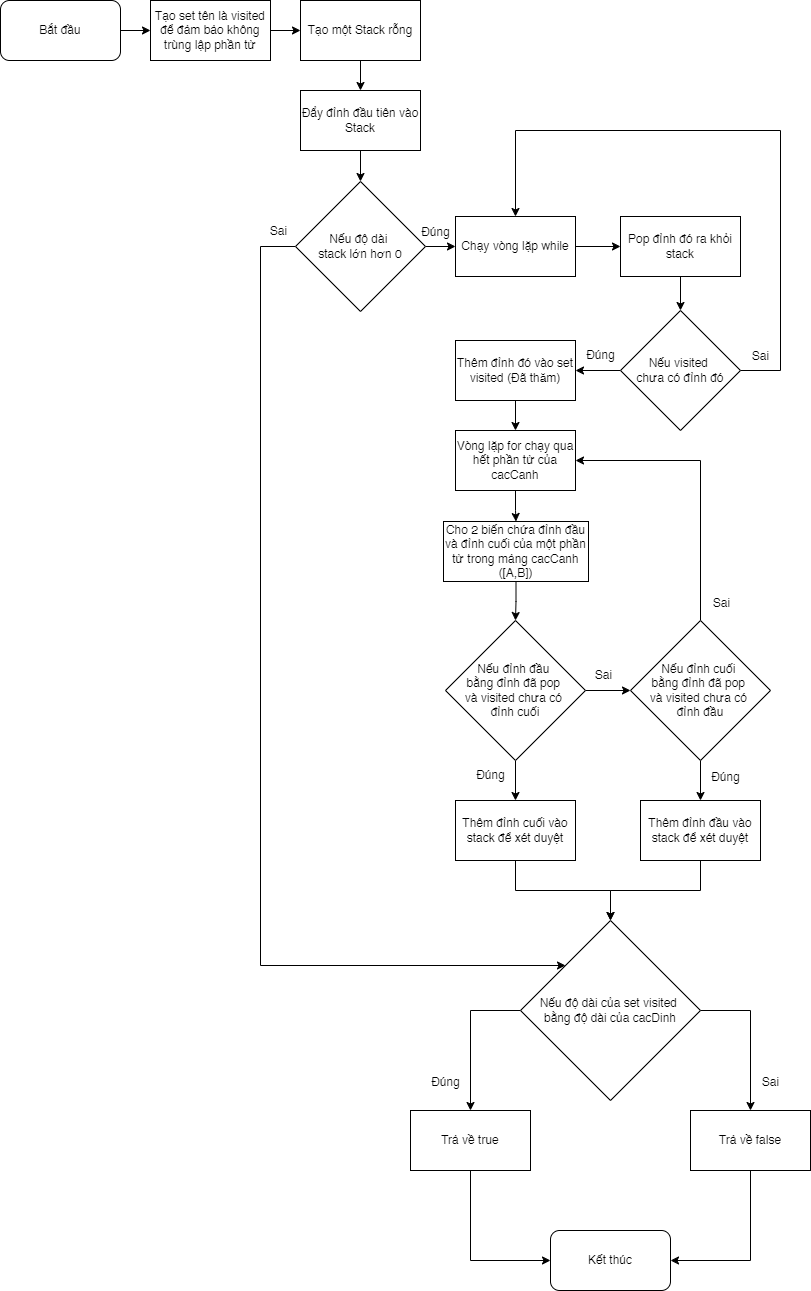
The draw.io diagram Flowcharts/mainScripts/Exported/checkLienThong.drawio.png in PhucTruong-ctrl/NienLuan1, before a commit. Source tidied: cells renumbered, new cells last; positions are measured from the earlier drawing's top-left corner, leaving out a move shared by most shapes.
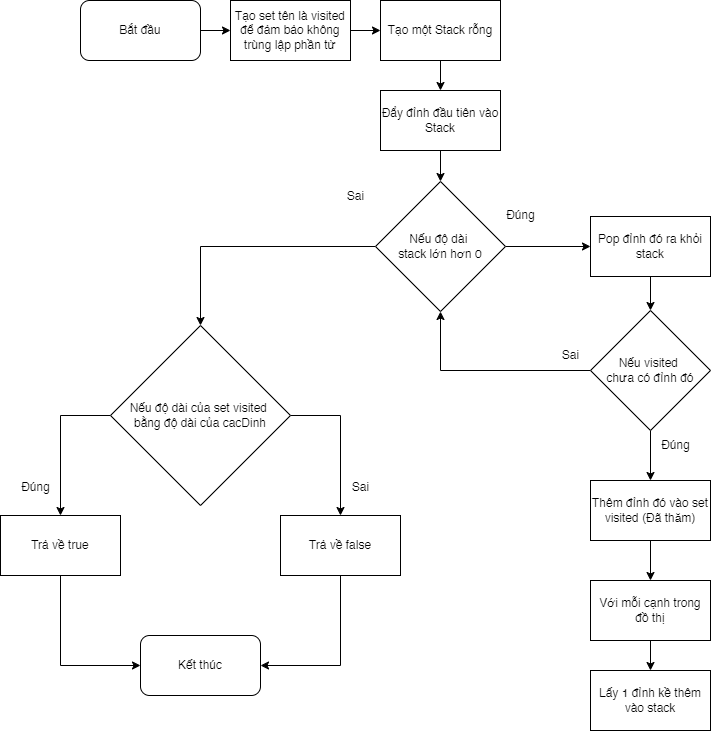
After the commit.

Diff of the diagram source:
```diff
@@ -26,22 +26,11 @@
     <mxCell id="9" value="Đẩy đỉnh đầu tiên vào Stack" style="rounded=0;whiteSpace=wrap;html=1;" parent="1" vertex="1">
       <mxGeometry x="300" y="90" width="120" height="60" as="geometry" />
     </mxCell>
-    <mxCell id="10" style="edgeStyle=orthogonalEdgeStyle;rounded=0;jettySize=auto;html=1;" parent="1" edge="1" source="11" target="16">
-      <mxGeometry relative="1" as="geometry" />
-    </mxCell>
-    <mxCell id="11" value="Chạy vòng lặp while" style="rounded=0;whiteSpace=wrap;html=1;" parent="1" vertex="1">
-      <mxGeometry x="455" y="216" width="120" height="60" as="geometry" />
-    </mxCell>
-    <mxCell id="12" style="edgeStyle=orthogonalEdgeStyle;rounded=0;jettySize=auto;html=1;" parent="1" edge="1" source="14" target="11">
-      <mxGeometry relative="1" as="geometry" />
-    </mxCell>
+    <mxCell id="54" style="edgeStyle=orthogonalEdgeStyle;rounded=0;jettySize=auto;html=1;exitX=1;exitY=0.5;exitDx=0;exitDy=0;entryX=0;entryY=0.5;entryDx=0;entryDy=0;" parent="1" edge="1" source="14" target="16">
+      <mxGeometry relative="1" as="geometry" />
+    </mxCell>
-    <mxCell id="13" style="edgeStyle=orthogonalEdgeStyle;rounded=0;jettySize=auto;html=1;exitX=0;exitY=0.5;exitDx=0;exitDy=0;entryX=0;entryY=0;entryDx=0;entryDy=0;" parent="1" edge="1" source="14" target="41">
-      <mxGeometry relative="1" as="geometry">
-        <Array as="points">
-          <mxPoint x="260" y="246" />
-          <mxPoint x="260" y="965" />
-        </Array>
-      </mxGeometry>
+    <mxCell id="13" style="edgeStyle=orthogonalEdgeStyle;rounded=0;jettySize=auto;html=1;exitX=0;exitY=0.5;exitDx=0;exitDy=0;entryX=0.5;entryY=0;entryDx=0;entryDy=0;" parent="1" edge="1" source="14" target="41">
+      <mxGeometry relative="1" as="geometry" />
     </mxCell>
     <mxCell id="14" value="Nếu độ dài&amp;nbsp;&lt;div&gt;stack lớn hơn 0&lt;/div&gt;" style="rhombus;whiteSpace=wrap;html=1;" parent="1" vertex="1">
       <mxGeometry x="295" y="181" width="130" height="130" as="geometry" />
@@ -50,79 +39,31 @@
       <mxGeometry relative="1" as="geometry" />
     </mxCell>
     <mxCell id="16" value="Pop đỉnh đó ra khỏi stack" style="rounded=0;whiteSpace=wrap;html=1;" parent="1" vertex="1">
-      <mxGeometry x="620" y="216" width="120" height="60" as="geometry" />
+      <mxGeometry x="510" y="216" width="120" height="60" as="geometry" />
     </mxCell>
-    <mxCell id="17" style="edgeStyle=orthogonalEdgeStyle;rounded=0;jettySize=auto;html=1;" parent="1" edge="1" source="18" target="23">
-      <mxGeometry relative="1" as="geometry" />
-    </mxCell>
+    <mxCell id="55" style="edgeStyle=orthogonalEdgeStyle;rounded=0;jettySize=auto;html=1;" parent="1" edge="1" source="18" target="58">
+      <mxGeometry relative="1" as="geometry" />
+    </mxCell>
     <mxCell id="18" value="Thêm đỉnh đó vào set visited (Đã thăm)" style="rounded=0;whiteSpace=wrap;html=1;" parent="1" vertex="1">
-      <mxGeometry x="455" y="340" width="120" height="60" as="geometry" />
+      <mxGeometry x="510" y="480" width="120" height="60" as="geometry" />
     </mxCell>
-    <mxCell id="19" style="edgeStyle=orthogonalEdgeStyle;rounded=0;jettySize=auto;html=1;" parent="1" edge="1" source="21" target="27">
-      <mxGeometry relative="1" as="geometry" />
-    </mxCell>
-    <mxCell id="20" style="edgeStyle=orthogonalEdgeStyle;rounded=0;jettySize=auto;html=1;" parent="1" edge="1" source="21" target="30">
-      <mxGeometry relative="1" as="geometry" />
-    </mxCell>
-    <mxCell id="21" value="Nếu đỉnh đầu&amp;nbsp;&lt;div&gt;bằng đỉnh đã pop&amp;nbsp;&lt;/div&gt;&lt;div&gt;và visited chưa có&amp;nbsp;&lt;/div&gt;&lt;div&gt;đỉnh cuối&lt;/div&gt;" style="rhombus;whiteSpace=wrap;html=1;" parent="1" vertex="1">
-      <mxGeometry x="445" y="620" width="140" height="140" as="geometry" />
-    </mxCell>
-    <mxCell id="22" style="edgeStyle=orthogonalEdgeStyle;rounded=0;jettySize=auto;html=1;" parent="1" edge="1" source="23" target="25">
-      <mxGeometry relative="1" as="geometry" />
-    </mxCell>
-    <mxCell id="23" value="Vòng lặp for chạy qua hết phần tử của cacCanh" style="rounded=0;whiteSpace=wrap;html=1;" parent="1" vertex="1">
-      <mxGeometry x="455" y="430" width="120" height="60" as="geometry" />
-    </mxCell>
-    <mxCell id="24" style="edgeStyle=orthogonalEdgeStyle;rounded=0;jettySize=auto;html=1;" parent="1" edge="1" source="25" target="21">
-      <mxGeometry relative="1" as="geometry" />
-    </mxCell>
-    <mxCell id="25" value="Cho 2 biến chứa đỉnh đầu và đỉnh cuối của một phần tử trong mảng cacCanh ([A,B])" style="rounded=0;whiteSpace=wrap;html=1;" parent="1" vertex="1">
-      <mxGeometry x="443" y="521" width="145" height="60" as="geometry" />
-    </mxCell>
-    <mxCell id="26" style="edgeStyle=orthogonalEdgeStyle;rounded=0;jettySize=auto;html=1;exitX=0.5;exitY=1;exitDx=0;exitDy=0;entryX=0.5;entryY=0;entryDx=0;entryDy=0;" parent="1" edge="1" source="27" target="41">
-      <mxGeometry relative="1" as="geometry" />
-    </mxCell>
-    <mxCell id="27" value="Thêm đỉnh cuối vào stack để xét duyệt" style="rounded=0;whiteSpace=wrap;html=1;" parent="1" vertex="1">
-      <mxGeometry x="455" y="800" width="120" height="60" as="geometry" />
-    </mxCell>
-    <mxCell id="28" style="edgeStyle=orthogonalEdgeStyle;rounded=0;jettySize=auto;html=1;" parent="1" edge="1" source="30" target="32">
-      <mxGeometry relative="1" as="geometry" />
-    </mxCell>
-    <mxCell id="29" style="edgeStyle=orthogonalEdgeStyle;rounded=0;jettySize=auto;html=1;exitX=0.5;exitY=0;exitDx=0;exitDy=0;entryX=1;entryY=0.5;entryDx=0;entryDy=0;" parent="1" edge="1" source="30" target="23">
-      <mxGeometry relative="1" as="geometry" />
-    </mxCell>
-    <mxCell id="30" value="Nếu đỉnh cuối&amp;nbsp;&lt;div&gt;bằng đỉnh đã pop&amp;nbsp;&lt;/div&gt;&lt;div&gt;và visited chưa có&amp;nbsp;&lt;/div&gt;&lt;div&gt;đỉnh đầu&lt;/div&gt;" style="rhombus;whiteSpace=wrap;html=1;" parent="1" vertex="1">
-      <mxGeometry x="630" y="620" width="140" height="140" as="geometry" />
-    </mxCell>
-    <mxCell id="31" style="edgeStyle=orthogonalEdgeStyle;rounded=0;jettySize=auto;html=1;exitX=0.5;exitY=1;exitDx=0;exitDy=0;entryX=0.5;entryY=0;entryDx=0;entryDy=0;" parent="1" edge="1" source="32" target="41">
-      <mxGeometry relative="1" as="geometry" />
-    </mxCell>
-    <mxCell id="32" value="Thêm đỉnh đầu vào stack để xét duyệt" style="rounded=0;whiteSpace=wrap;html=1;" parent="1" vertex="1">
-      <mxGeometry x="640" y="800" width="120" height="60" as="geometry" />
-    </mxCell>
     <mxCell id="33" value="Kết thúc" style="rounded=1;whiteSpace=wrap;html=1;" parent="1" vertex="1">
-      <mxGeometry x="550" y="1230" width="120" height="60" as="geometry" />
+      <mxGeometry x="60" y="635" width="120" height="60" as="geometry" />
     </mxCell>
     <mxCell id="34" style="edgeStyle=orthogonalEdgeStyle;rounded=0;jettySize=auto;html=1;" parent="1" edge="1" source="36" target="18">
       <mxGeometry relative="1" as="geometry" />
     </mxCell>
-    <mxCell id="35" style="edgeStyle=orthogonalEdgeStyle;rounded=0;jettySize=auto;html=1;exitX=1;exitY=0.5;exitDx=0;exitDy=0;entryX=0.5;entryY=0;entryDx=0;entryDy=0;" parent="1" edge="1" source="36" target="11">
-      <mxGeometry relative="1" as="geometry">
-        <Array as="points">
-          <mxPoint x="780" y="370" />
-          <mxPoint x="780" y="130" />
-          <mxPoint x="515" y="130" />
-        </Array>
-      </mxGeometry>
-    </mxCell>
+    <mxCell id="56" style="edgeStyle=orthogonalEdgeStyle;rounded=0;jettySize=auto;html=1;exitX=0;exitY=0.5;exitDx=0;exitDy=0;entryX=0.5;entryY=1;entryDx=0;entryDy=0;" parent="1" edge="1" source="36" target="14">
+      <mxGeometry relative="1" as="geometry" />
+    </mxCell>
     <mxCell id="36" value="Nếu visited&amp;nbsp;&lt;div&gt;chưa có đỉnh đó&lt;/div&gt;" style="rhombus;whiteSpace=wrap;html=1;" parent="1" vertex="1">
-      <mxGeometry x="620" y="310" width="120" height="120" as="geometry" />
+      <mxGeometry x="510" y="310" width="120" height="120" as="geometry" />
     </mxCell>
     <mxCell id="37" style="edgeStyle=orthogonalEdgeStyle;rounded=0;jettySize=auto;html=1;exitX=0.5;exitY=1;exitDx=0;exitDy=0;entryX=0;entryY=0.5;entryDx=0;entryDy=0;" parent="1" edge="1" source="38" target="33">
       <mxGeometry relative="1" as="geometry" />
     </mxCell>
     <mxCell id="38" value="Trả về true" style="rounded=0;whiteSpace=wrap;html=1;" parent="1" vertex="1">
-      <mxGeometry x="410" y="1110" width="120" height="60" as="geometry" />
+      <mxGeometry x="-80" y="515" width="120" height="60" as="geometry" />
     </mxCell>
     <mxCell id="39" style="edgeStyle=orthogonalEdgeStyle;rounded=0;jettySize=auto;html=1;exitX=0;exitY=0.5;exitDx=0;exitDy=0;entryX=0.5;entryY=0;entryDx=0;entryDy=0;" parent="1" edge="1" source="41" target="38">
       <mxGeometry relative="1" as="geometry" />
@@ -131,43 +72,40 @@
       <mxGeometry relative="1" as="geometry" />
     </mxCell>
     <mxCell id="41" value="Nếu độ dài của set visited&amp;nbsp;&lt;div&gt;bằng độ dài của cacDinh&lt;/div&gt;" style="rhombus;whiteSpace=wrap;html=1;" parent="1" vertex="1">
-      <mxGeometry x="520" y="920" width="180" height="180" as="geometry" />
+      <mxGeometry x="30" y="325" width="180" height="180" as="geometry" />
     </mxCell>
     <mxCell id="42" style="edgeStyle=orthogonalEdgeStyle;rounded=0;jettySize=auto;html=1;exitX=0.5;exitY=1;exitDx=0;exitDy=0;entryX=1;entryY=0.5;entryDx=0;entryDy=0;" parent="1" edge="1" source="43" target="33">
       <mxGeometry relative="1" as="geometry" />
     </mxCell>
     <mxCell id="43" value="Trả về false" style="rounded=0;whiteSpace=wrap;html=1;" parent="1" vertex="1">
-      <mxGeometry x="690" y="1110" width="120" height="60" as="geometry" />
+      <mxGeometry x="200" y="515" width="120" height="60" as="geometry" />
     </mxCell>
     <mxCell id="44" value="Sai" style="text;html=1;align=center;verticalAlign=middle;strokeColor=none;fillColor=none;" parent="1" vertex="1">
-      <mxGeometry x="258" y="216" width="40" height="30" as="geometry" />
+      <mxGeometry x="255" y="181" width="40" height="30" as="geometry" />
     </mxCell>
     <mxCell id="45" value="Đúng" style="text;html=1;align=center;verticalAlign=middle;strokeColor=none;fillColor=none;" parent="1" vertex="1">
-      <mxGeometry x="410" y="217" width="50" height="30" as="geometry" />
+      <mxGeometry x="415" y="200" width="50" height="30" as="geometry" />
     </mxCell>
     <mxCell id="46" value="Đúng" style="text;html=1;align=center;verticalAlign=middle;strokeColor=none;fillColor=none;" parent="1" vertex="1">
-      <mxGeometry x="575" y="340" width="50" height="30" as="geometry" />
+      <mxGeometry x="570" y="430" width="50" height="30" as="geometry" />
     </mxCell>
     <mxCell id="47" value="Sai" style="text;html=1;align=center;verticalAlign=middle;strokeColor=none;fillColor=none;" parent="1" vertex="1">
-      <mxGeometry x="740" y="341" width="40" height="30" as="geometry" />
+      <mxGeometry x="470" y="340" width="40" height="30" as="geometry" />
     </mxCell>
-    <mxCell id="48" value="Đúng" style="text;html=1;align=center;verticalAlign=middle;strokeColor=none;fillColor=none;" parent="1" vertex="1">
-      <mxGeometry x="465" y="760" width="50" height="30" as="geometry" />
-    </mxCell>
-    <mxCell id="49" value="Sai" style="text;html=1;align=center;verticalAlign=middle;strokeColor=none;fillColor=none;" parent="1" vertex="1">
-      <mxGeometry x="583" y="660" width="40" height="30" as="geometry" />
-    </mxCell>
-    <mxCell id="50" value="Sai" style="text;html=1;align=center;verticalAlign=middle;strokeColor=none;fillColor=none;" parent="1" vertex="1">
-      <mxGeometry x="701" y="588" width="40" height="30" as="geometry" />
-    </mxCell>
-    <mxCell id="51" value="Đúng" style="text;html=1;align=center;verticalAlign=middle;strokeColor=none;fillColor=none;" parent="1" vertex="1">
-      <mxGeometry x="700" y="762" width="50" height="30" as="geometry" />
-    </mxCell>
     <mxCell id="52" value="Đúng" style="text;html=1;align=center;verticalAlign=middle;strokeColor=none;fillColor=none;" parent="1" vertex="1">
-      <mxGeometry x="420" y="1067" width="50" height="30" as="geometry" />
+      <mxGeometry x="-70" y="472" width="50" height="30" as="geometry" />
     </mxCell>
     <mxCell id="53" value="Sai" style="text;html=1;align=center;verticalAlign=middle;strokeColor=none;fillColor=none;" parent="1" vertex="1">
-      <mxGeometry x="750" y="1067" width="40" height="30" as="geometry" />
+      <mxGeometry x="260" y="472" width="40" height="30" as="geometry" />
     </mxCell>
+    <mxCell id="57" style="edgeStyle=orthogonalEdgeStyle;rounded=0;jettySize=auto;html=1;" parent="1" edge="1" source="58" target="59">
+      <mxGeometry relative="1" as="geometry" />
+    </mxCell>
+    <mxCell id="58" value="Với mỗi cạnh trong đồ thị" style="rounded=0;whiteSpace=wrap;html=1;" parent="1" vertex="1">
+      <mxGeometry x="510" y="580" width="120" height="60" as="geometry" />
+    </mxCell>
+    <mxCell id="59" value="Lấy 1 đỉnh kề thêm vào stack" style="rounded=0;whiteSpace=wrap;html=1;" parent="1" vertex="1">
+      <mxGeometry x="510" y="670" width="120" height="60" as="geometry" />
+    </mxCell>
   </root>
 </mxGraphModel>
```
